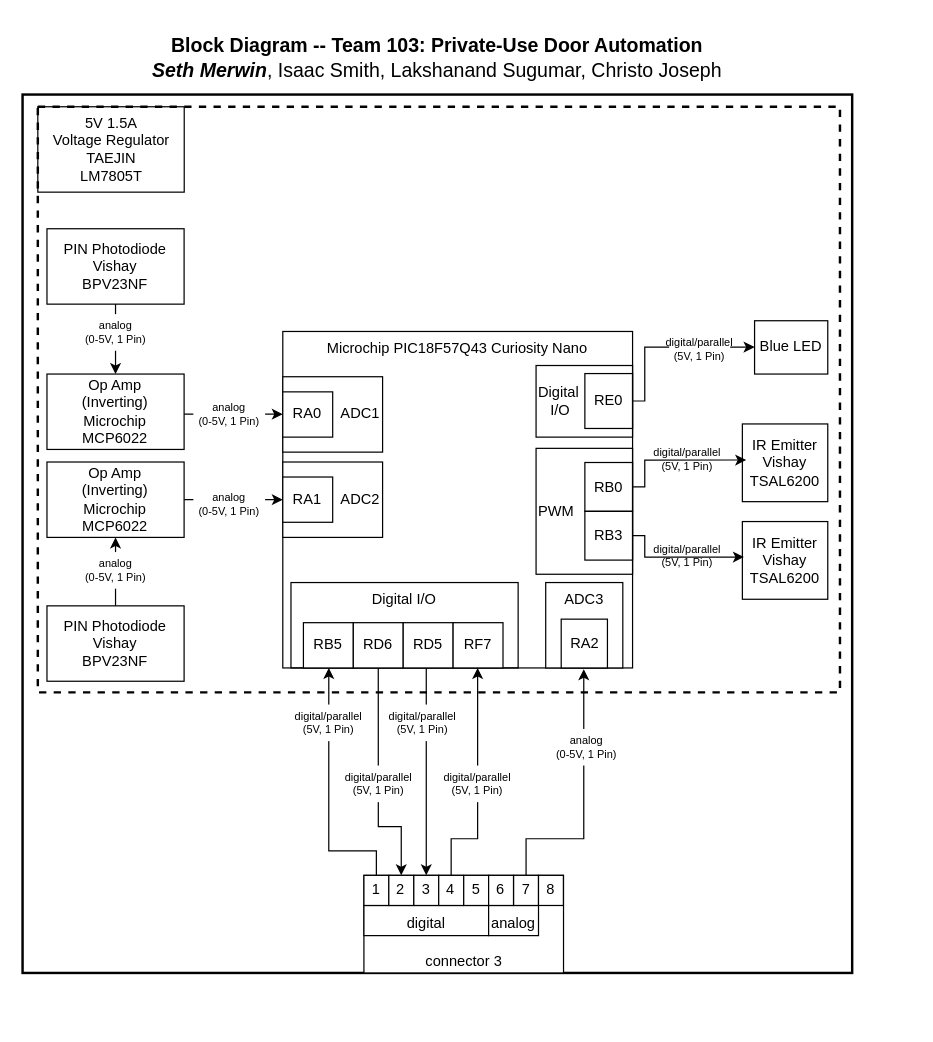
Before: docs/01-Block-Diagram/Distance_Sensing Subsystem Block Diagram.drawio in samerwin1/samerwin1.github.io, a draw.io diagram. Source tidied: cells renumbered, new cells numbered last; positions are measured from the earlier drawing's top-left corner, leaving out a move shared by most shapes. Both pictures are drawn from the tidied source at 122%, with x=0, y=0 at pixel (22, 21).
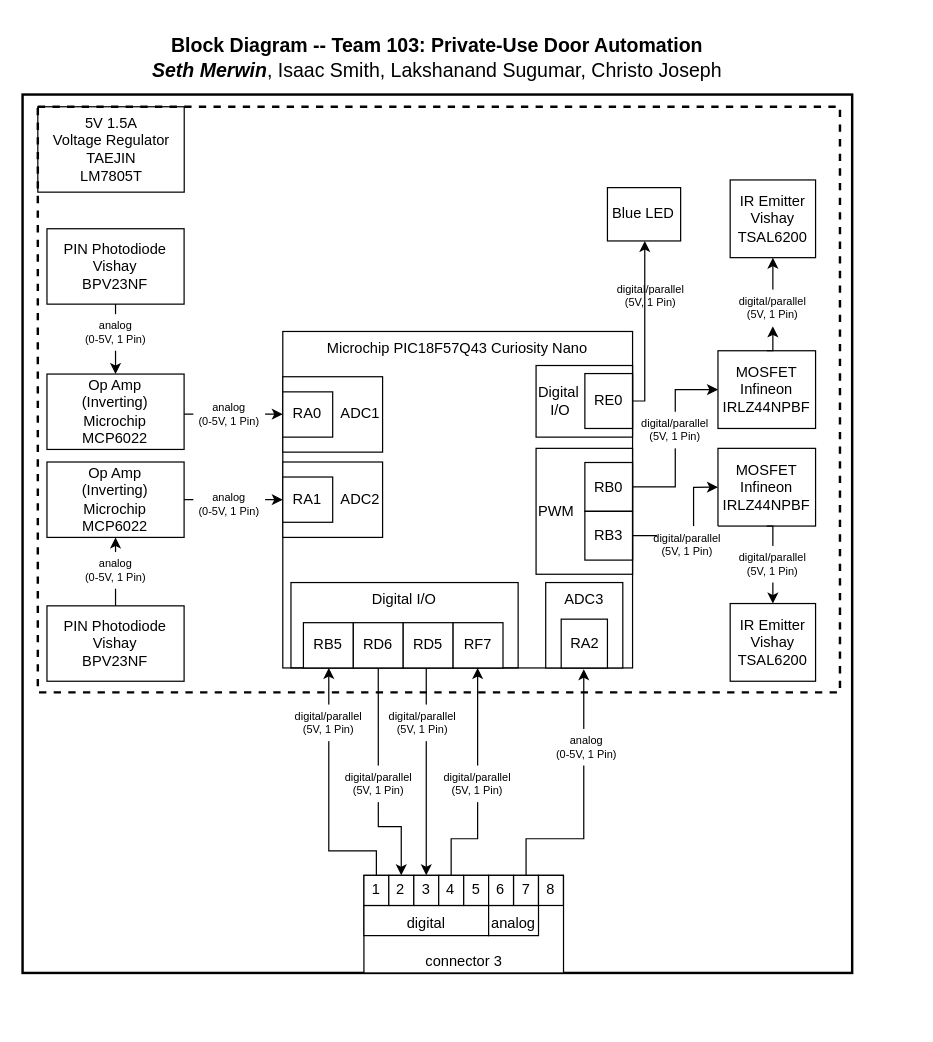
Above is the later version.

Commit message (it also covers changes not shown here):
Updated Block Diagram

Unchanged cells that the change refers to:
```xml
<mxCell id="4" style="group;align=center;strokeColor=none;" parent="1" vertex="1">
  <mxGeometry x="60" y="180" width="670" height="640" as="geometry" />
</mxCell>
<mxCell id="40" value="RE0" style="text;html=1;align=center;verticalAlign=middle;whiteSpace=wrap;rounded=0;strokeColor=default;" parent="4" vertex="1">
  <mxGeometry x="400.9" y="108.7" width="39.1" height="45" as="geometry" />
</mxCell>
<mxCell id="57" value="RB0" style="text;html=1;align=center;verticalAlign=middle;whiteSpace=wrap;rounded=0;strokeColor=default;" parent="4" vertex="1">
  <mxGeometry x="400.9" y="181.6" width="39.1" height="40" as="geometry" />
</mxCell>
<mxCell id="58" value="RB3" style="text;html=1;align=center;verticalAlign=middle;whiteSpace=wrap;rounded=0;strokeColor=default;" parent="4" vertex="1">
  <mxGeometry x="400.9" y="221.6" width="39.1" height="40" as="geometry" />
</mxCell>
```

Diff of the diagram source:
```diff
@@
+    <mxCell id="3" style="rounded=0;whiteSpace=wrap;html=1;fillColor=none;dashed=1;strokeWidth=2;" parent="1" vertex="1">
+      <mxGeometry x="12.5" y="70" width="657.5" height="480" as="geometry" />
+    </mxCell>
@@
-    <mxCell id="3" style="rounded=0;whiteSpace=wrap;html=1;fillColor=none;dashed=1;strokeWidth=2;" parent="1" vertex="1">
-      <mxGeometry x="12.5" y="70" width="657.5" height="480" as="geometry" />
-    </mxCell>
@@
-    <mxCell id="39" style="edgeStyle=orthogonalEdgeStyle;rounded=0;jettySize=auto;html=1;" parent="4" edge="1" source="40" target="41">
-      <mxGeometry relative="1" as="geometry">
-        <Array as="points">
-          <mxPoint x="450" y="131" />
-          <mxPoint x="450" y="87" />
-        </Array>
-      </mxGeometry>
-    </mxCell>
@@
-    <mxCell id="41" value="Blue LED" style="text;html=1;align=center;verticalAlign=middle;whiteSpace=wrap;rounded=0;strokeColor=default;" parent="4" vertex="1">
-      <mxGeometry x="540" y="65.4" width="60" height="43.7" as="geometry" />
-    </mxCell>
@@
     <mxCell id="46" value="digital/parallel&lt;div&gt;(5V, 1 Pin)&lt;/div&gt;" style="text;html=1;align=center;verticalAlign=middle;whiteSpace=wrap;rounded=0;fontSize=9;fillColor=default;" parent="4" vertex="1">
-      <mxGeometry x="470" y="74.2" width="50" height="30" as="geometry" />
+      <mxGeometry x="430" y="30" width="50" height="30" as="geometry" />
     </mxCell>
@@
+    <mxCell id="67" style="edgeStyle=orthogonalEdgeStyle;rounded=0;jettySize=auto;html=1;exitX=1;exitY=0.5;exitDx=0;exitDy=0;entryX=0;entryY=0.5;entryDx=0;entryDy=0;" parent="4" edge="1" source="57" target="68">
+      <mxGeometry relative="1" as="geometry" />
+    </mxCell>
@@
-    <mxCell id="59" value="digital/parallel&lt;div&gt;(5V, 1 Pin)&lt;/div&gt;" style="text;html=1;align=center;verticalAlign=middle;whiteSpace=wrap;rounded=0;fontSize=9;fillColor=default;" parent="4" vertex="1">
-      <mxGeometry x="460" y="243.2" width="50" height="30" as="geometry" />
-    </mxCell>
-    <mxCell id="60" value="digital/parallel&lt;div&gt;(5V, 1 Pin)&lt;/div&gt;" style="text;html=1;align=center;verticalAlign=middle;whiteSpace=wrap;rounded=0;fontSize=9;fillColor=default;fillStyle=auto;" parent="4" vertex="1">
-      <mxGeometry x="460" y="163.6" width="50" height="30" as="geometry" />
-    </mxCell>
+    <mxCell id="64" value="IR Emitter&lt;div&gt;Vishay&lt;/div&gt;&lt;div&gt;TSAL6200&lt;/div&gt;" style="text;html=1;align=center;verticalAlign=middle;whiteSpace=wrap;rounded=0;strokeColor=default;" parent="4" vertex="1">
+      <mxGeometry x="520" y="297.2" width="70" height="63.7" as="geometry" />
+    </mxCell>
+    <mxCell id="68" value="MOSFET&lt;div&gt;Infineon&lt;/div&gt;&lt;div&gt;&lt;div&gt;&lt;span style=&quot;white-space: pre; white-space: normal;&quot;&gt;&#9;&lt;/span&gt;&lt;/div&gt;&lt;div&gt;IRLZ44NPBF&lt;/div&gt;&lt;/div&gt;" style="text;html=1;align=center;verticalAlign=middle;whiteSpace=wrap;rounded=0;strokeColor=default;" parent="4" vertex="1">
+      <mxGeometry x="510" y="90" width="80" height="63.7" as="geometry" />
+    </mxCell>
@@
+    <mxCell id="41" value="Blue LED" style="text;html=1;align=center;verticalAlign=middle;whiteSpace=wrap;rounded=0;strokeColor=default;" parent="1" vertex="1">
+      <mxGeometry x="479.4" y="136.3" width="60" height="43.7" as="geometry" />
+    </mxCell>
+    <mxCell id="39" style="edgeStyle=orthogonalEdgeStyle;rounded=0;jettySize=auto;html=1;" parent="1" edge="1" source="40" target="41">
+      <mxGeometry relative="1" as="geometry">
+        <Array as="points">
+          <mxPoint x="510" y="311" />
+        </Array>
+      </mxGeometry>
+    </mxCell>
+    <mxCell id="60" value="digital/parallel&lt;div&gt;(5V, 1 Pin)&lt;/div&gt;" style="text;html=1;align=center;verticalAlign=middle;whiteSpace=wrap;rounded=0;fontSize=9;fillColor=default;fillStyle=auto;" parent="1" vertex="1">
+      <mxGeometry x="510" y="320" width="50" height="30" as="geometry" />
+    </mxCell>
+    <mxCell id="69" style="edgeStyle=orthogonalEdgeStyle;rounded=0;jettySize=auto;html=1;exitX=0.5;exitY=1;exitDx=0;exitDy=0;entryX=0.5;entryY=0;entryDx=0;entryDy=0;" parent="1" edge="1" source="70" target="64">
+      <mxGeometry relative="1" as="geometry">
+        <Array as="points">
+          <mxPoint x="615" y="414" />
+        </Array>
+      </mxGeometry>
+    </mxCell>
+    <mxCell id="70" value="MOSFET&lt;div&gt;Infineon&lt;/div&gt;&lt;div&gt;&lt;div&gt;&lt;span style=&quot;white-space: pre; white-space: normal;&quot;&gt;&#9;&lt;/span&gt;&lt;/div&gt;&lt;div&gt;IRLZ44NPBF&lt;/div&gt;&lt;/div&gt;" style="text;html=1;align=center;verticalAlign=middle;whiteSpace=wrap;rounded=0;strokeColor=default;" parent="1" vertex="1">
+      <mxGeometry x="570" y="350" width="80" height="63.7" as="geometry" />
+    </mxCell>
     <mxCell id="63" value="IR Emitter&lt;div&gt;Vishay&lt;/div&gt;&lt;div&gt;TSAL6200&lt;/div&gt;" style="text;html=1;align=center;verticalAlign=middle;whiteSpace=wrap;rounded=0;strokeColor=default;" parent="1" vertex="1">
-      <mxGeometry x="590" y="330" width="70" height="63.7" as="geometry" />
+      <mxGeometry x="580" y="130" width="70" height="63.7" as="geometry" />
     </mxCell>
-    <mxCell id="64" value="IR Emitter&lt;div&gt;Vishay&lt;/div&gt;&lt;div&gt;TSAL6200&lt;/div&gt;" style="text;html=1;align=center;verticalAlign=middle;whiteSpace=wrap;rounded=0;strokeColor=default;" parent="1" vertex="1">
-      <mxGeometry x="590" y="410" width="70" height="63.7" as="geometry" />
-    </mxCell>
-    <mxCell id="65" style="edgeStyle=orthogonalEdgeStyle;rounded=0;jettySize=auto;html=1;entryX=0.045;entryY=0.464;entryDx=0;entryDy=0;entryPerimeter=0;" parent="1" edge="1" source="57" target="63">
-      <mxGeometry relative="1" as="geometry">
-        <Array as="points">
-          <mxPoint x="510" y="382" />
-          <mxPoint x="510" y="360" />
-        </Array>
-      </mxGeometry>
-    </mxCell>
-    <mxCell id="66" style="edgeStyle=orthogonalEdgeStyle;rounded=0;jettySize=auto;html=1;exitX=1;exitY=0.5;exitDx=0;exitDy=0;entryX=0.018;entryY=0.457;entryDx=0;entryDy=0;entryPerimeter=0;" parent="1" edge="1" source="58" target="64">
-      <mxGeometry relative="1" as="geometry">
-        <Array as="points">
-          <mxPoint x="510" y="422" />
-          <mxPoint x="510" y="439" />
-        </Array>
-      </mxGeometry>
-    </mxCell>
+    <mxCell id="71" style="edgeStyle=orthogonalEdgeStyle;rounded=0;jettySize=auto;html=1;exitX=0.5;exitY=0;exitDx=0;exitDy=0;entryX=0.5;entryY=1;entryDx=0;entryDy=0;" parent="1" edge="1" source="75" target="63">
+      <mxGeometry relative="1" as="geometry" />
+    </mxCell>
+    <mxCell id="72" style="edgeStyle=orthogonalEdgeStyle;rounded=0;jettySize=auto;html=1;exitX=1;exitY=0.5;exitDx=0;exitDy=0;entryX=0;entryY=0.5;entryDx=0;entryDy=0;" parent="1" edge="1" source="58" target="70">
+      <mxGeometry relative="1" as="geometry">
+        <Array as="points">
+          <mxPoint x="550" y="422" />
+          <mxPoint x="550" y="382" />
+        </Array>
+      </mxGeometry>
+    </mxCell>
+    <mxCell id="73" value="digital/parallel&lt;div&gt;(5V, 1 Pin)&lt;/div&gt;" style="text;html=1;align=center;verticalAlign=middle;whiteSpace=wrap;rounded=0;fontSize=9;fillColor=default;fillStyle=auto;" parent="1" vertex="1">
+      <mxGeometry x="590" y="430" width="50" height="30" as="geometry" />
+    </mxCell>
+    <mxCell id="74" style="edgeStyle=orthogonalEdgeStyle;rounded=0;jettySize=auto;html=1;exitX=0.5;exitY=0;exitDx=0;exitDy=0;entryX=0.5;entryY=1;entryDx=0;entryDy=0;" parent="1" edge="1" source="68" target="75">
+      <mxGeometry relative="1" as="geometry">
+        <Array as="points">
+          <mxPoint x="615" y="270" />
+        </Array>
+      </mxGeometry>
+    </mxCell>
+    <mxCell id="75" value="digital/parallel&lt;div&gt;(5V, 1 Pin)&lt;/div&gt;" style="text;html=1;align=center;verticalAlign=middle;whiteSpace=wrap;rounded=0;fontSize=9;fillColor=default;fillStyle=auto;" parent="1" vertex="1">
+      <mxGeometry x="590" y="220" width="50" height="30" as="geometry" />
+    </mxCell>
+    <mxCell id="76" value="digital/parallel&lt;div&gt;(5V, 1 Pin)&lt;/div&gt;" style="text;html=1;align=center;verticalAlign=middle;whiteSpace=wrap;rounded=0;fontSize=9;fillColor=default;fillStyle=auto;" parent="1" vertex="1">
+      <mxGeometry x="520" y="413.7" width="50" height="30" as="geometry" />
+    </mxCell>
```
